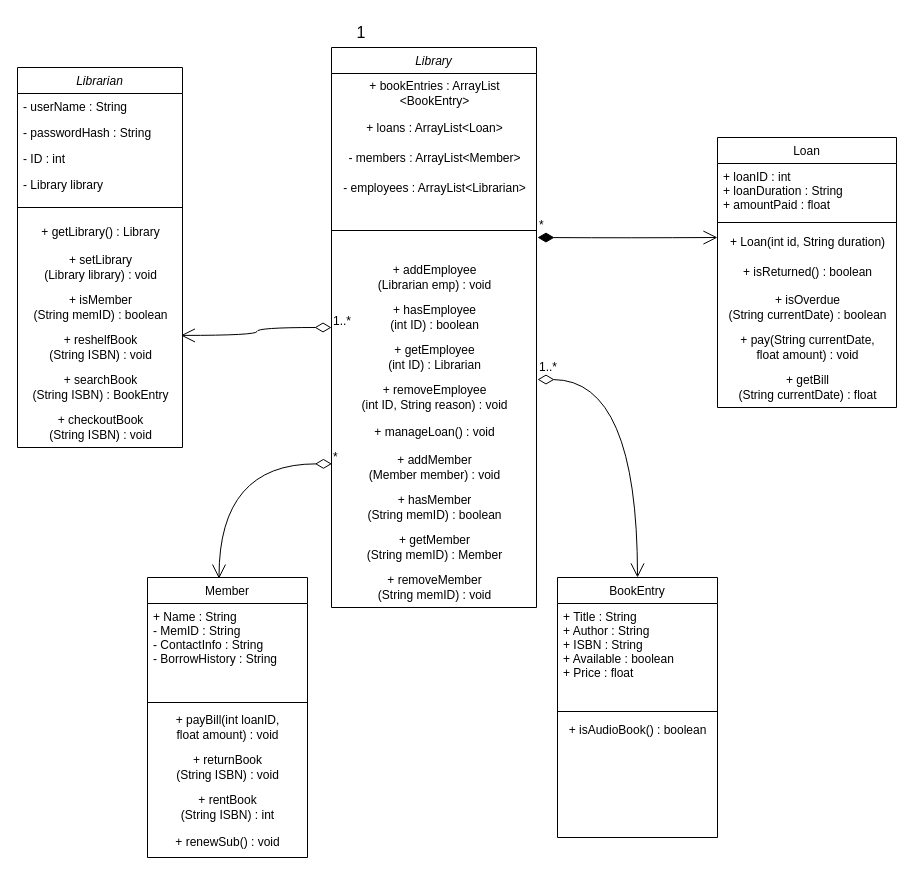
The draw.io diagram Untitled Diagram.drawio in Twpendleton/ClassUMLDiagram, before the edit. Source tidied: cells renumbered, new cells numbered last; positions are measured from the earlier drawing's top-left corner, leaving out a move shared by most shapes. Both pictures are drawn from the tidied source at 100%, with x=0, y=0 at pixel (17, 17).
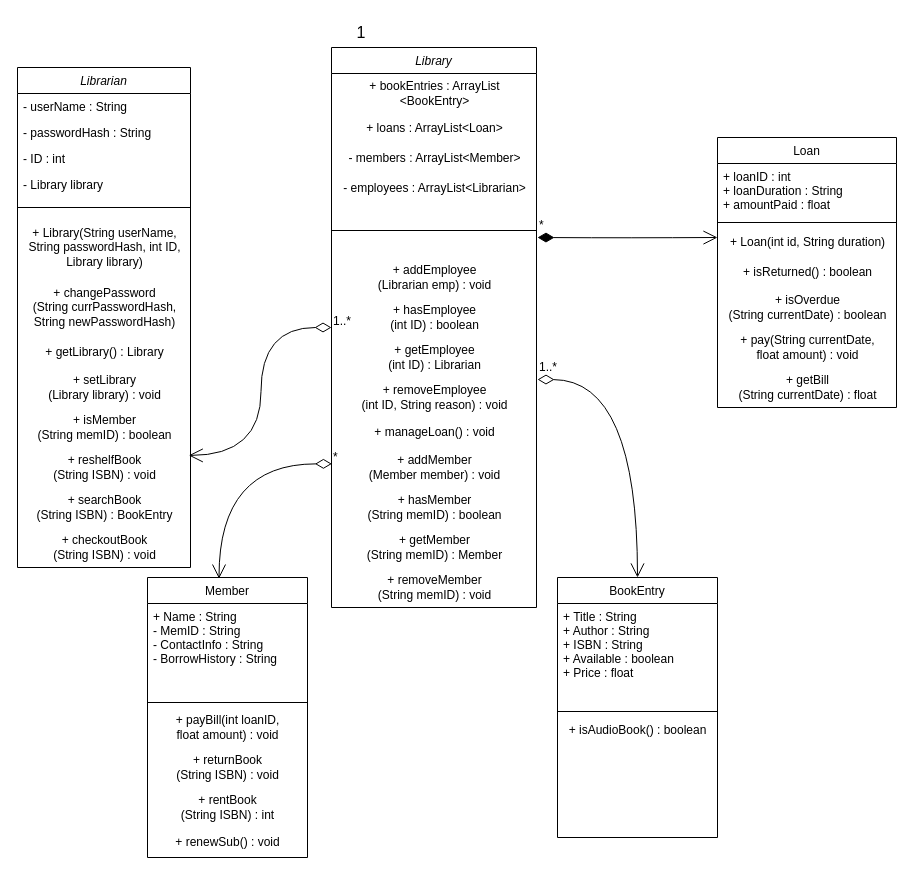
The same page after the edit.

Commit message:
Add constructor and changePassword methods to Librarian

What changed in the source:
```diff
@@
     <mxCell id="2" value="Librarian" style="swimlane;fontStyle=2;align=center;verticalAlign=top;horizontal=1;startSize=26;rounded=0;shadow=0;strokeWidth=1;" parent="1" vertex="1">
-      <mxGeometry y="50" width="165" height="380" as="geometry" />
+      <mxGeometry y="50" width="173" height="500" as="geometry" />
     </mxCell>
     <mxCell id="3" value="- userName : String" style="text;align=left;verticalAlign=top;spacingLeft=4;spacingRight=4;overflow=hidden;" parent="2" vertex="1">
-      <mxGeometry y="26" width="165" height="26" as="geometry" />
+      <mxGeometry y="26" width="173" height="26" as="geometry" />
     </mxCell>
     <mxCell id="4" value="- passwordHash : String" style="text;align=left;verticalAlign=top;spacingLeft=4;spacingRight=4;overflow=hidden;rounded=0;shadow=0;html=0;" parent="2" vertex="1">
-      <mxGeometry y="52" width="165" height="26" as="geometry" />
+      <mxGeometry y="52" width="173" height="26" as="geometry" />
     </mxCell>
     <mxCell id="5" value="- ID : int" style="text;align=left;verticalAlign=top;spacingLeft=4;spacingRight=4;overflow=hidden;rounded=0;shadow=0;html=0;" parent="2" vertex="1">
-      <mxGeometry y="78" width="165" height="26" as="geometry" />
+      <mxGeometry y="78" width="173" height="26" as="geometry" />
     </mxCell>
     <mxCell id="6" value="- Library library" style="text;align=left;verticalAlign=top;spacingLeft=4;spacingRight=4;overflow=hidden;rounded=0;shadow=0;html=0;" parent="2" vertex="1">
-      <mxGeometry y="104" width="165" height="26" as="geometry" />
+      <mxGeometry y="104" width="173" height="26" as="geometry" />
     </mxCell>
     <mxCell id="7" style="line;html=1;strokeWidth=1;align=left;verticalAlign=middle;spacingTop=-1;spacingLeft=3;spacingRight=3;labelPosition=right;" parent="2" vertex="1">
-      <mxGeometry y="130" width="165" height="20" as="geometry" />
+      <mxGeometry y="130" width="173" height="20" as="geometry" />
     </mxCell>
+    <mxCell id="53" value="+ Library&lt;span style=&quot;background-color: initial;&quot;&gt;(String userName,&lt;/span&gt;&lt;div&gt;&lt;span style=&quot;background-color: initial;&quot;&gt;String passwordHash, int ID,&lt;/span&gt;&lt;/div&gt;&lt;div&gt;&lt;span style=&quot;background-color: initial;&quot;&gt;Library library)&lt;/span&gt;&lt;/div&gt;" style="text;html=1;align=center;verticalAlign=middle;strokeColor=none;fillColor=none;" parent="2" vertex="1">
+      <mxGeometry y="150" width="173" height="60" as="geometry" />
+    </mxCell>
+    <mxCell id="54" value="+ changePassword&lt;div&gt;&lt;span style=&quot;background-color: initial;&quot;&gt;(String currPasswordHash,&lt;/span&gt;&lt;div&gt;&lt;span style=&quot;background-color: initial;&quot;&gt;String newPasswordHash)&lt;/span&gt;&lt;/div&gt;&lt;/div&gt;" style="text;html=1;align=center;verticalAlign=middle;strokeColor=none;fillColor=none;" parent="2" vertex="1">
+      <mxGeometry y="210" width="173" height="60" as="geometry" />
+    </mxCell>
     <mxCell id="8" value="+ getLibrary&lt;span style=&quot;background-color: initial;&quot;&gt;() : Library&lt;/span&gt;" style="text;html=1;align=center;verticalAlign=middle;strokeColor=none;fillColor=none;" parent="2" vertex="1">
-      <mxGeometry y="150" width="165" height="30" as="geometry" />
+      <mxGeometry y="270" width="173" height="30" as="geometry" />
     </mxCell>
     <mxCell id="9" value="+ setLibrary&lt;div&gt;&lt;span style=&quot;background-color: initial;&quot;&gt;(Library library) : void&lt;/span&gt;&lt;/div&gt;" style="text;html=1;align=center;verticalAlign=middle;strokeColor=none;fillColor=none;" parent="2" vertex="1">
-      <mxGeometry y="180" width="165" height="40" as="geometry" />
+      <mxGeometry y="300" width="173" height="40" as="geometry" />
     </mxCell>
     <mxCell id="10" value="+ isMember&lt;div&gt;(String memID) : boolean&lt;/div&gt;" style="text;html=1;align=center;verticalAlign=middle;strokeColor=none;fillColor=none;" parent="2" vertex="1">
-      <mxGeometry y="220" width="165" height="40" as="geometry" />
+      <mxGeometry y="340" width="173" height="40" as="geometry" />
     </mxCell>
     <mxCell id="11" value="+ reshelfBook&lt;div&gt;(String ISBN) : void&lt;/div&gt;" style="text;html=1;align=center;verticalAlign=middle;points=[];strokeColor=none;fillColor=none;" parent="2" vertex="1">
-      <mxGeometry y="260" width="165" height="40" as="geometry" />
+      <mxGeometry y="380" width="173" height="40" as="geometry" />
     </mxCell>
     <mxCell id="12" value="+ searchBook&lt;div&gt;(String ISBN) : BookEntry&lt;/div&gt;" style="text;html=1;align=center;verticalAlign=middle;strokeColor=none;fillColor=none;" parent="2" vertex="1">
-      <mxGeometry y="300" width="165" height="40" as="geometry" />
+      <mxGeometry y="420" width="173" height="40" as="geometry" />
     </mxCell>
     <mxCell id="13" value="+ checkoutBook&lt;div&gt;(String ISBN) : void&lt;/div&gt;" style="text;html=1;align=center;verticalAlign=middle;strokeColor=none;fillColor=none;" parent="2" vertex="1">
-      <mxGeometry y="340" width="165" height="40" as="geometry" />
+      <mxGeometry y="460" width="173" height="40" as="geometry" />
     </mxCell>
```
